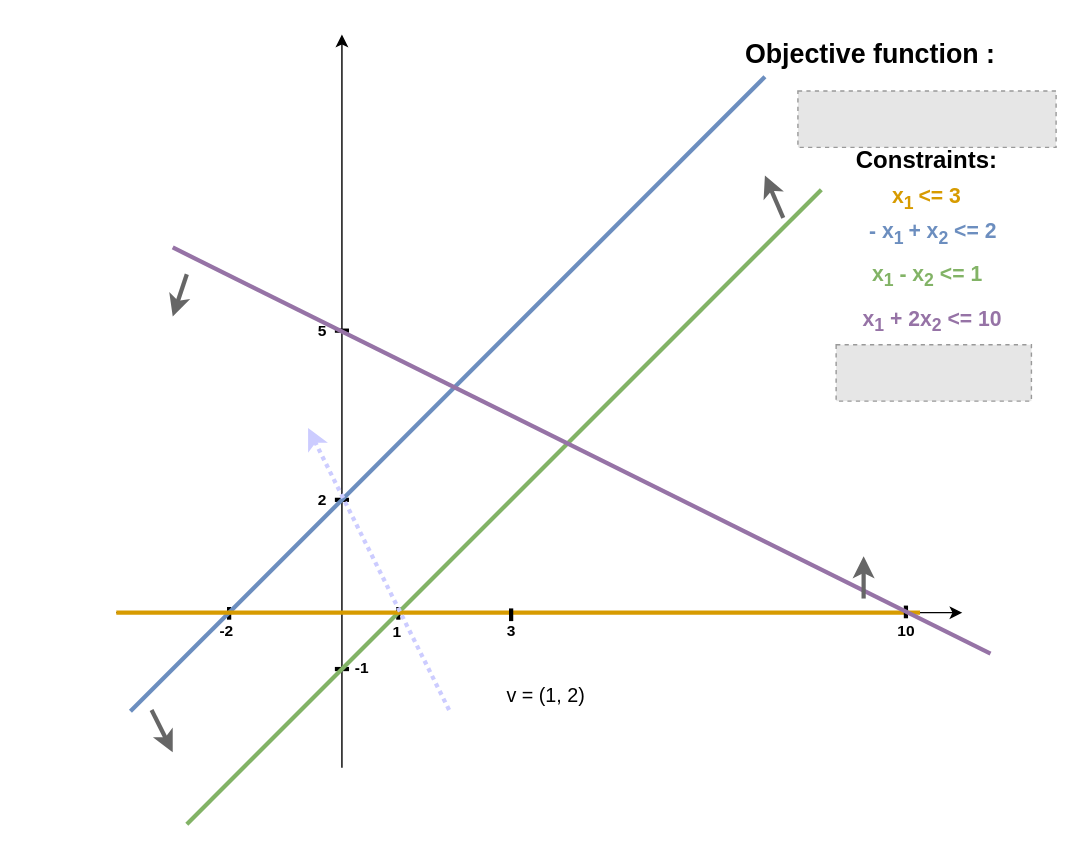
Before: Untitled Diagram.drawio in khalidsabih/NumericalMethods, a draw.io diagram. Source tidied: cells renumbered, new cells numbered last; positions are measured from the earlier drawing's top-left corner, leaving out a move shared by most shapes. Both pictures are drawn from the tidied source at 141%, with x=0, y=0 at pixel (116, 34). Pictures stored in the file or linked from it are replaced by grey dashed boxes.
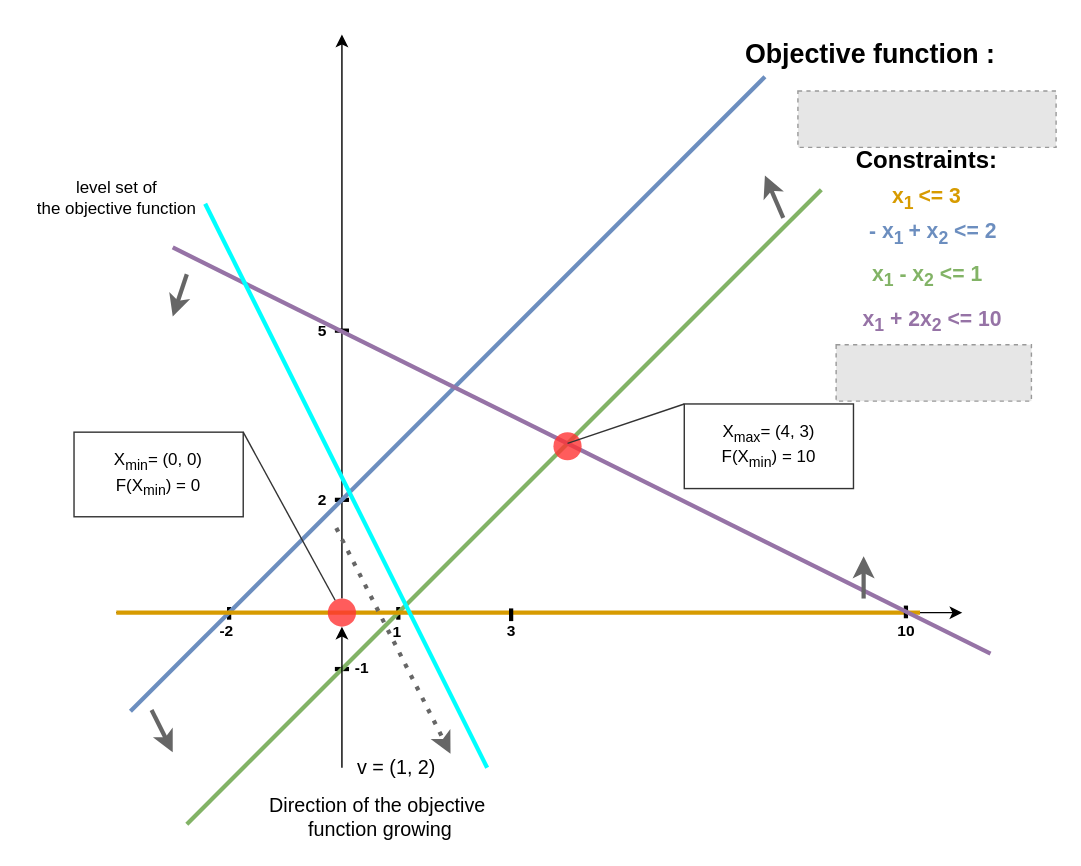
The same page after the edit.

Diff of the diagram source:
```diff
@@
-    <mxCell id="2" style="endArrow=classic;html=1;" parent="1" edge="1">
+    <mxCell id="2" style="endArrow=classic;html=1;" parent="1" edge="1" source="38">
       <mxGeometry relative="1" as="geometry">
-        <mxPoint x="160" y="520" as="sourcePoint" />
         <mxPoint x="160" as="targetPoint" />
       </mxGeometry>
     </mxCell>
@@
     <mxCell id="34" value="v = (1, 2)" style="text;html=1;strokeColor=none;fillColor=none;align=center;verticalAlign=middle;whiteSpace=wrap;rounded=0;fontSize=14;" parent="1" vertex="1">
-      <mxGeometry x="270" y="459" width="70" height="20" as="geometry" />
+      <mxGeometry x="164" y="510" width="70" height="20" as="geometry" />
     </mxCell>
-    <mxCell id="35" style="endArrow=classic;html=1;strokeWidth=3;fontSize=14;labelBorderColor=none;dashed=1;dashPattern=1 1;strokeColor=#CCCCFF;" parent="1" edge="1">
-      <mxGeometry relative="1" as="geometry">
-        <mxPoint x="236" y="479" as="sourcePoint" />
-        <mxPoint x="136" y="279" as="targetPoint" />
-      </mxGeometry>
-    </mxCell>
+    <mxCell id="36" style="endArrow=none;html=1;strokeColor=#00FFFF;strokeWidth=3;" parent="1" edge="1">
+      <mxGeometry relative="1" as="geometry">
+        <mxPoint x="63" y="120" as="sourcePoint" />
+        <mxPoint x="263" y="520" as="targetPoint" />
+      </mxGeometry>
+    </mxCell>
+    <mxCell id="37" value="level set of &lt;br&gt;the objective function" style="text;html=1;align=center;verticalAlign=middle;" parent="1" vertex="1">
+      <mxGeometry x="-65" y="101" width="130" height="30" as="geometry" />
+    </mxCell>
+    <mxCell id="38" style="ellipse;whiteSpace=wrap;html=1;opacity=80;fillColor=#FF3333;strokeColor=none;" parent="1" vertex="1">
+      <mxGeometry x="150" y="400" width="20" height="20" as="geometry" />
+    </mxCell>
+    <mxCell id="39" style="endArrow=classic;html=1;" parent="1" edge="1" target="38">
+      <mxGeometry relative="1" as="geometry">
+        <mxPoint x="160" y="520" as="sourcePoint" />
+      </mxGeometry>
+    </mxCell>
+    <mxCell id="40" style="ellipse;whiteSpace=wrap;html=1;opacity=80;fillColor=#FF3333;strokeColor=none;" parent="1" vertex="1">
+      <mxGeometry x="310" y="282" width="20" height="20" as="geometry" />
+    </mxCell>
+    <mxCell id="41" value="X&lt;sub&gt;min&lt;/sub&gt;= (0, 0)&lt;br&gt;F(X&lt;sub&gt;min&lt;/sub&gt;) = 0" style="rounded=0;whiteSpace=wrap;html=1;opacity=80;" parent="1" vertex="1">
+      <mxGeometry x="-30" y="282" width="120" height="60" as="geometry" />
+    </mxCell>
+    <mxCell id="42" style="endArrow=none;html=1;strokeWidth=1;strokeColor=#333333;exitX=1;exitY=0;exitDx=0;exitDy=0;" parent="1" edge="1" source="41" target="38">
+      <mxGeometry relative="1" as="geometry" />
+    </mxCell>
+    <mxCell id="43" value="X&lt;sub&gt;max&lt;/sub&gt;= (4, 3)&lt;br&gt;F(X&lt;sub&gt;min&lt;/sub&gt;) = 10" style="rounded=0;whiteSpace=wrap;html=1;opacity=80;" parent="1" vertex="1">
+      <mxGeometry x="402.8" y="262" width="120" height="60" as="geometry" />
+    </mxCell>
+    <mxCell id="44" style="endArrow=none;html=1;strokeColor=#333333;strokeWidth=1;entryX=0;entryY=0;entryDx=0;entryDy=0;" parent="1" edge="1" target="43">
+      <mxGeometry relative="1" as="geometry">
+        <mxPoint x="320" y="290" as="sourcePoint" />
+      </mxGeometry>
+    </mxCell>
+    <mxCell id="45" style="endArrow=classic;html=1;strokeColor=#666666;strokeWidth=3;fillColor=#f5f5f5;dashed=1;dashPattern=1 2;" parent="1" edge="1">
+      <mxGeometry relative="1" as="geometry">
+        <mxPoint x="156" y="350" as="sourcePoint" />
+        <mxPoint x="237" y="510" as="targetPoint" />
+      </mxGeometry>
+    </mxCell>
+    <mxCell id="46" value="&lt;font style=&quot;font-size: 14px&quot;&gt;Direction of the objective&lt;br&gt;&amp;nbsp;function growing&lt;/font&gt;" style="text;html=1;align=center;verticalAlign=middle;" parent="1" vertex="1">
+      <mxGeometry x="100" y="540" width="170" height="30" as="geometry" />
+    </mxCell>
```
